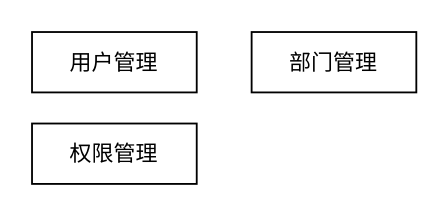
Before: 若依架构.drawio in plx927/Java-Core-learning, a draw.io diagram. Source tidied: cells renumbered, new cells numbered last; positions are measured from the earlier drawing's top-left corner, leaving out a move shared by most shapes. Both pictures are drawn from the tidied source at 183%, with x=0, y=0 at pixel (31, 31).
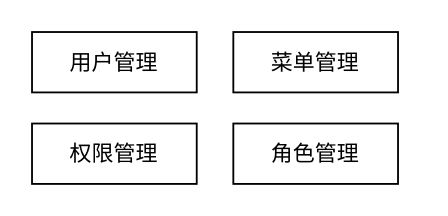
Above is the later version.

Commit message:
更新若依架构.drawio

What changed in the source:
```diff
@@
 <mxGraphModel>
   <root>
     <mxCell id="0" />
     <mxCell id="1" parent="0" />
     <mxCell id="2" value="用户管理" style="rounded=0;whiteSpace=wrap;html=1;" parent="1" vertex="1">
       <mxGeometry width="90" height="33" as="geometry" />
     </mxCell>
-    <mxCell id="3" value="部门管理" style="rounded=0;whiteSpace=wrap;html=1;" parent="1" vertex="1">
-      <mxGeometry x="120" width="90" height="33" as="geometry" />
+    <mxCell id="3" value="角色管理" style="rounded=0;whiteSpace=wrap;html=1;" parent="1" vertex="1">
+      <mxGeometry x="110" y="50" width="90" height="33" as="geometry" />
     </mxCell>
     <mxCell id="4" value="权限管理" style="rounded=0;whiteSpace=wrap;html=1;" parent="1" vertex="1">
       <mxGeometry y="50" width="90" height="33" as="geometry" />
     </mxCell>
+    <mxCell id="5" value="菜单管理" style="rounded=0;whiteSpace=wrap;html=1;" parent="1" vertex="1">
+      <mxGeometry x="110" width="90" height="33" as="geometry" />
+    </mxCell>
   </root>
 </mxGraphModel>
```
